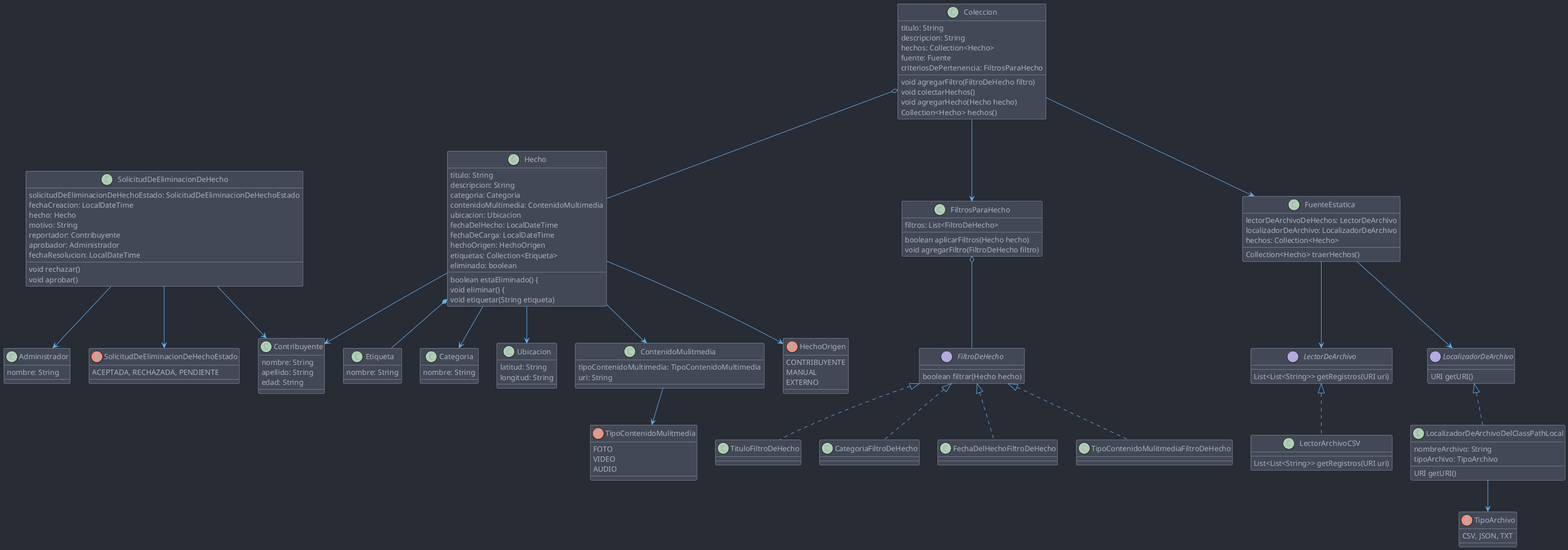
Earlier version of the PlantUML export doc/DiagramaDeClases.png (matiastito/2025-tpa-mi-no-grupo-08).
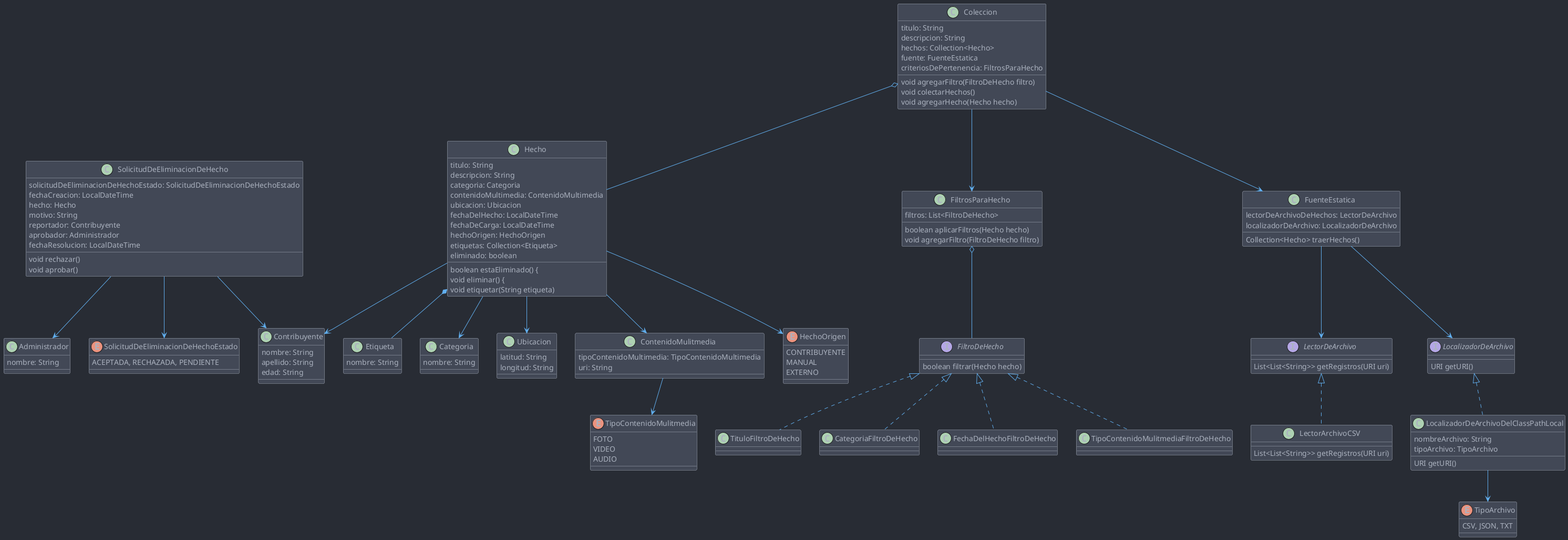
After the change.

Change to the diagram source:
```diff
@@ -35,13 +35,12 @@
     titulo: String
     descripcion: String
     hechos: Collection<Hecho>
-    fuente: Fuente
+    fuente: FuenteEstatica
     criteriosDePertenencia: FiltrosParaHecho
 
     void agregarFiltro(FiltroDeHecho filtro)
     void colectarHechos()
     void agregarHecho(Hecho hecho)
-    Collection<Hecho> hechos()
 }
 
 class FiltrosParaHecho {
@@ -76,7 +75,6 @@
 class FuenteEstatica {
   lectorDeArchivoDeHechos: LectorDeArchivo
   localizadorDeArchivo: LocalizadorDeArchivo
-  hechos: Collection<Hecho>
   Collection<Hecho> traerHechos()
 }
 
```
